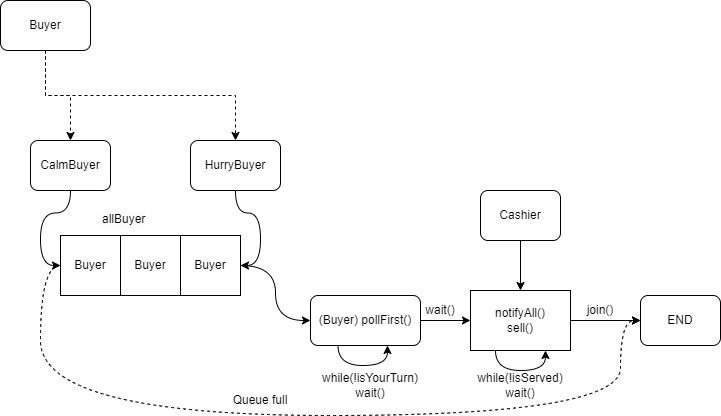
Before: resource/lab3UML.png, a diagram exported from draw.io (dat-2k2/JavaLabs). Source tidied: cells renumbered, new cells last; positions are measured from the earlier drawing's top-left corner, leaving out a move shared by most shapes. Source of this version:
```xml
<mxGraphModel>
  <root>
    <mxCell id="0" />
    <mxCell id="1" parent="0" />
    <mxCell id="2" style="edgeStyle=orthogonalEdgeStyle;rounded=0;jettySize=auto;html=1;exitX=1;exitY=0.5;exitDx=0;exitDy=0;entryX=0;entryY=0.5;entryDx=0;entryDy=0;curved=1;" parent="1" edge="1" source="3" target="5">
      <mxGeometry relative="1" as="geometry" />
    </mxCell>
    <mxCell id="3" style="rounded=0;whiteSpace=wrap;html=1;" parent="1" vertex="1">
      <mxGeometry x="60" y="235" width="180" height="60" as="geometry" />
    </mxCell>
    <mxCell id="4" style="edgeStyle=orthogonalEdgeStyle;rounded=0;jettySize=auto;html=1;exitX=1;exitY=0.5;exitDx=0;exitDy=0;entryX=0;entryY=0.5;entryDx=0;entryDy=0;curved=1;" parent="1" edge="1" source="5" target="14">
      <mxGeometry relative="1" as="geometry" />
    </mxCell>
    <mxCell id="5" value="(Buyer) pollFirst()" style="rounded=1;whiteSpace=wrap;html=1;" parent="1" vertex="1">
      <mxGeometry x="310" y="295" width="110" height="50" as="geometry" />
    </mxCell>
    <mxCell id="6" style="edgeStyle=orthogonalEdgeStyle;rounded=0;jettySize=auto;html=1;exitX=0.5;exitY=1;exitDx=0;exitDy=0;entryX=1;entryY=0.5;entryDx=0;entryDy=0;curved=1;" parent="1" edge="1" source="7" target="3">
      <mxGeometry relative="1" as="geometry" />
    </mxCell>
    <mxCell id="7" value="HurryBuyer" style="rounded=1;whiteSpace=wrap;html=1;" parent="1" vertex="1">
      <mxGeometry x="190" y="140" width="90" height="50" as="geometry" />
    </mxCell>
    <mxCell id="8" style="edgeStyle=orthogonalEdgeStyle;rounded=0;jettySize=auto;html=1;exitX=0.5;exitY=1;exitDx=0;exitDy=0;entryX=0;entryY=0.5;entryDx=0;entryDy=0;curved=1;" parent="1" edge="1" source="9" target="3">
      <mxGeometry relative="1" as="geometry" />
    </mxCell>
    <mxCell id="9" value="CalmBuyer" style="rounded=1;whiteSpace=wrap;html=1;" parent="1" vertex="1">
      <mxGeometry x="30" y="140" width="80" height="50" as="geometry" />
    </mxCell>
    <mxCell id="10" style="edgeStyle=orthogonalEdgeStyle;rounded=0;jettySize=auto;html=1;exitX=0.5;exitY=1;exitDx=0;exitDy=0;entryX=0.5;entryY=0;entryDx=0;entryDy=0;" parent="1" edge="1" source="11" target="14">
      <mxGeometry relative="1" as="geometry" />
    </mxCell>
    <mxCell id="11" value="Cashier" style="rounded=1;whiteSpace=wrap;html=1;" parent="1" vertex="1">
      <mxGeometry x="480" y="190" width="80" height="50" as="geometry" />
    </mxCell>
    <mxCell id="12" value="END" style="rounded=1;whiteSpace=wrap;html=1;" parent="1" vertex="1">
      <mxGeometry x="640" y="295" width="80" height="50" as="geometry" />
    </mxCell>
    <mxCell id="13" style="edgeStyle=orthogonalEdgeStyle;rounded=0;jettySize=auto;html=1;exitX=1;exitY=0.5;exitDx=0;exitDy=0;entryX=0;entryY=0.5;entryDx=0;entryDy=0;curved=1;" parent="1" edge="1" source="14" target="12">
      <mxGeometry relative="1" as="geometry" />
    </mxCell>
    <mxCell id="14" value="notifyAll()&lt;br&gt;sell()" style="rounded=0;whiteSpace=wrap;html=1;" parent="1" vertex="1">
      <mxGeometry x="470" y="290" width="100" height="60" as="geometry" />
    </mxCell>
    <mxCell id="15" style="edgeStyle=orthogonalEdgeStyle;rounded=0;orthogonalLoop=1;jettySize=auto;html=1;exitX=0.25;exitY=1;exitDx=0;exitDy=0;entryX=0.7;entryY=1;entryDx=0;entryDy=0;entryPerimeter=0;curved=1;" parent="1" edge="1" source="5" target="5">
      <mxGeometry relative="1" as="geometry" />
    </mxCell>
    <mxCell id="16" value="while(!isYourTurn)&lt;br&gt;wait()" style="text;html=1;strokeColor=none;fillColor=none;align=center;verticalAlign=middle;whiteSpace=wrap;rounded=0;" parent="1" vertex="1">
      <mxGeometry x="320" y="365" width="100" height="40" as="geometry" />
    </mxCell>
    <mxCell id="17" value="wait()" style="text;html=1;strokeColor=none;fillColor=none;align=center;verticalAlign=middle;whiteSpace=wrap;rounded=0;" parent="1" vertex="1">
      <mxGeometry x="410" y="295" width="60" height="30" as="geometry" />
    </mxCell>
    <mxCell id="18" value="&lt;span style=&quot;color: rgb(0, 0, 0); font-family: Helvetica; font-size: 12px; font-style: normal; font-variant-ligatures: normal; font-variant-caps: normal; font-weight: 400; letter-spacing: normal; orphans: 2; text-align: center; text-indent: 0px; text-transform: none; widows: 2; word-spacing: 0px; -webkit-text-stroke-width: 0px; background-color: rgb(251, 251, 251); text-decoration-thickness: initial; text-decoration-style: initial; text-decoration-color: initial; float: none; display: inline !important;&quot;&gt;allBuyer&lt;/span&gt;" style="text;whiteSpace=wrap;html=1;" parent="1" vertex="1">
      <mxGeometry x="100" y="205" width="150" height="20" as="geometry" />
    </mxCell>
    <mxCell id="19" style="edgeStyle=orthogonalEdgeStyle;rounded=0;jettySize=auto;html=1;exitX=0;exitY=0.5;exitDx=0;exitDy=0;entryX=0;entryY=0.5;entryDx=0;entryDy=0;curved=1;dashed=1;" parent="1" edge="1" source="20" target="12">
      <mxGeometry relative="1" as="geometry">
        <Array as="points">
          <mxPoint x="40" y="265" />
          <mxPoint x="40" y="415" />
          <mxPoint x="620" y="415" />
          <mxPoint x="620" y="320" />
        </Array>
      </mxGeometry>
    </mxCell>
    <mxCell id="20" value="Buyer" style="rounded=0;whiteSpace=wrap;html=1;" parent="1" vertex="1">
      <mxGeometry x="60" y="235" width="60" height="60" as="geometry" />
    </mxCell>
    <mxCell id="21" value="Buyer" style="rounded=0;whiteSpace=wrap;html=1;" parent="1" vertex="1">
      <mxGeometry x="120" y="235" width="60" height="60" as="geometry" />
    </mxCell>
    <mxCell id="22" value="Buyer" style="rounded=0;whiteSpace=wrap;html=1;" parent="1" vertex="1">
      <mxGeometry x="180" y="235" width="60" height="60" as="geometry" />
    </mxCell>
    <mxCell id="23" style="edgeStyle=orthogonalEdgeStyle;rounded=0;jettySize=auto;html=1;exitX=0.5;exitY=1;exitDx=0;exitDy=0;entryX=0.5;entryY=0;entryDx=0;entryDy=0;dashed=1;" parent="1" edge="1" source="25" target="7">
      <mxGeometry relative="1" as="geometry" />
    </mxCell>
    <mxCell id="24" style="edgeStyle=orthogonalEdgeStyle;rounded=0;jettySize=auto;html=1;exitX=0.5;exitY=1;exitDx=0;exitDy=0;entryX=0.5;entryY=0;entryDx=0;entryDy=0;dashed=1;" parent="1" edge="1" source="25" target="9">
      <mxGeometry relative="1" as="geometry" />
    </mxCell>
    <mxCell id="25" value="Buyer" style="rounded=1;whiteSpace=wrap;html=1;" parent="1" vertex="1">
      <mxGeometry width="90" height="50" as="geometry" />
    </mxCell>
    <mxCell id="26" value="Queue full" style="text;html=1;strokeColor=none;fillColor=none;align=center;verticalAlign=middle;whiteSpace=wrap;rounded=0;" parent="1" vertex="1">
      <mxGeometry x="230" y="385" width="60" height="30" as="geometry" />
    </mxCell>
    <mxCell id="27" value="while(!isServed)&lt;br&gt;wait()" style="text;html=1;strokeColor=none;fillColor=none;align=center;verticalAlign=middle;whiteSpace=wrap;rounded=0;" parent="1" vertex="1">
      <mxGeometry x="470" y="365" width="100" height="40" as="geometry" />
    </mxCell>
    <mxCell id="28" style="edgeStyle=orthogonalEdgeStyle;rounded=0;orthogonalLoop=1;jettySize=auto;html=1;exitX=0.25;exitY=1;exitDx=0;exitDy=0;entryX=0.75;entryY=1;entryDx=0;entryDy=0;curved=1;" parent="1" edge="1" source="14" target="14">
      <mxGeometry relative="1" as="geometry" />
    </mxCell>
    <mxCell id="29" value="join()" style="text;html=1;strokeColor=none;fillColor=none;align=center;verticalAlign=middle;whiteSpace=wrap;rounded=0;" parent="1" vertex="1">
      <mxGeometry x="570" y="295" width="60" height="30" as="geometry" />
    </mxCell>
  </root>
</mxGraphModel>
```
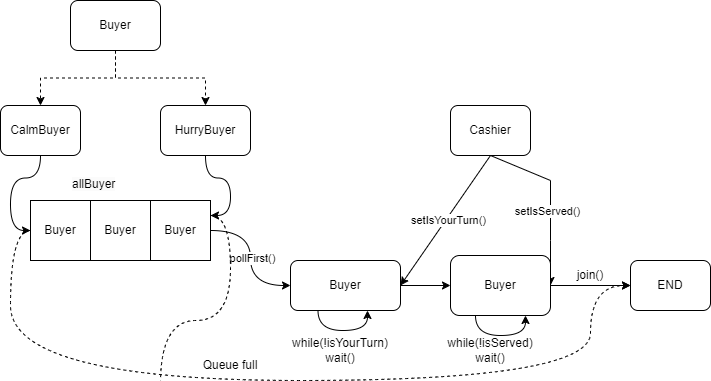
The same file after the commit.

What changed in the source:
```diff
@@ -5,16 +5,19 @@
     <mxCell id="2" style="edgeStyle=orthogonalEdgeStyle;rounded=0;jettySize=auto;html=1;exitX=1;exitY=0.5;exitDx=0;exitDy=0;entryX=0;entryY=0.5;entryDx=0;entryDy=0;curved=1;" parent="1" edge="1" source="3" target="5">
       <mxGeometry relative="1" as="geometry" />
     </mxCell>
+    <mxCell id="30" value="pollFirst()" style="edgeLabel;html=1;align=center;verticalAlign=middle;" parent="2" vertex="1">
+      <mxGeometry x="-0.01" y="1" relative="1" as="geometry" />
+    </mxCell>
     <mxCell id="3" style="rounded=0;whiteSpace=wrap;html=1;" parent="1" vertex="1">
       <mxGeometry x="60" y="235" width="180" height="60" as="geometry" />
     </mxCell>
     <mxCell id="4" style="edgeStyle=orthogonalEdgeStyle;rounded=0;jettySize=auto;html=1;exitX=1;exitY=0.5;exitDx=0;exitDy=0;entryX=0;entryY=0.5;entryDx=0;entryDy=0;curved=1;" parent="1" edge="1" source="5" target="14">
       <mxGeometry relative="1" as="geometry" />
     </mxCell>
-    <mxCell id="5" value="(Buyer) pollFirst()" style="rounded=1;whiteSpace=wrap;html=1;" parent="1" vertex="1">
-      <mxGeometry x="310" y="295" width="110" height="50" as="geometry" />
+    <mxCell id="5" value="Buyer" style="rounded=1;whiteSpace=wrap;html=1;" parent="1" vertex="1">
+      <mxGeometry x="320" y="295" width="110" height="50" as="geometry" />
     </mxCell>
-    <mxCell id="6" style="edgeStyle=orthogonalEdgeStyle;rounded=0;jettySize=auto;html=1;exitX=0.5;exitY=1;exitDx=0;exitDy=0;entryX=1;entryY=0.5;entryDx=0;entryDy=0;curved=1;" parent="1" edge="1" source="7" target="3">
+    <mxCell id="6" style="edgeStyle=orthogonalEdgeStyle;rounded=0;jettySize=auto;html=1;exitX=0.5;exitY=1;exitDx=0;exitDy=0;entryX=1;entryY=0.25;entryDx=0;entryDy=0;curved=1;" parent="1" edge="1" source="7" target="22">
       <mxGeometry relative="1" as="geometry" />
     </mxCell>
     <mxCell id="7" value="HurryBuyer" style="rounded=1;whiteSpace=wrap;html=1;" parent="1" vertex="1">
@@ -26,20 +29,39 @@
     <mxCell id="9" value="CalmBuyer" style="rounded=1;whiteSpace=wrap;html=1;" parent="1" vertex="1">
       <mxGeometry x="30" y="140" width="80" height="50" as="geometry" />
     </mxCell>
+    <mxCell id="31" style="rounded=0;jettySize=auto;html=1;exitX=0.5;exitY=1;exitDx=0;exitDy=0;entryX=1;entryY=0.5;entryDx=0;entryDy=0;" parent="1" edge="1" source="11" target="5">
+      <mxGeometry relative="1" as="geometry" />
+    </mxCell>
+    <mxCell id="32" value="&lt;br&gt;" style="edgeLabel;html=1;align=center;verticalAlign=middle;" parent="31" vertex="1">
+      <mxGeometry x="-0.09" y="5" relative="1" as="geometry" />
+    </mxCell>
+    <mxCell id="33" value="setIsYourTurn()" style="edgeLabel;html=1;align=center;verticalAlign=middle;" parent="31" vertex="1">
+      <mxGeometry x="-0.03" y="2" relative="1" as="geometry" />
+    </mxCell>
-    <mxCell id="10" style="edgeStyle=orthogonalEdgeStyle;rounded=0;jettySize=auto;html=1;exitX=0.5;exitY=1;exitDx=0;exitDy=0;entryX=0.5;entryY=0;entryDx=0;entryDy=0;" parent="1" edge="1" source="11" target="14">
-      <mxGeometry relative="1" as="geometry" />
+    <mxCell id="10" style="rounded=0;jettySize=auto;html=1;exitX=0.5;exitY=1;exitDx=0;exitDy=0;entryX=1;entryY=0.5;entryDx=0;entryDy=0;" parent="1" edge="1" source="11" target="14">
+      <mxGeometry relative="1" as="geometry">
+        <Array as="points">
+          <mxPoint x="580" y="215" />
+          <mxPoint x="580" y="275" />
+        </Array>
+      </mxGeometry>
     </mxCell>
+    <mxCell id="34" value="setIsServed()" style="edgeLabel;html=1;align=center;verticalAlign=middle;" parent="10" vertex="1">
+      <mxGeometry x="0.11" y="-4" relative="1" as="geometry">
+        <mxPoint y="1" as="offset" />
+      </mxGeometry>
+    </mxCell>
     <mxCell id="11" value="Cashier" style="rounded=1;whiteSpace=wrap;html=1;" parent="1" vertex="1">
-      <mxGeometry x="480" y="190" width="80" height="50" as="geometry" />
+      <mxGeometry x="480" y="140" width="80" height="50" as="geometry" />
     </mxCell>
     <mxCell id="12" value="END" style="rounded=1;whiteSpace=wrap;html=1;" parent="1" vertex="1">
-      <mxGeometry x="640" y="295" width="80" height="50" as="geometry" />
+      <mxGeometry x="660" y="295" width="80" height="50" as="geometry" />
     </mxCell>
     <mxCell id="13" style="edgeStyle=orthogonalEdgeStyle;rounded=0;jettySize=auto;html=1;exitX=1;exitY=0.5;exitDx=0;exitDy=0;entryX=0;entryY=0.5;entryDx=0;entryDy=0;curved=1;" parent="1" edge="1" source="14" target="12">
       <mxGeometry relative="1" as="geometry" />
     </mxCell>
-    <mxCell id="14" value="notifyAll()&lt;br&gt;sell()" style="rounded=0;whiteSpace=wrap;html=1;" parent="1" vertex="1">
-      <mxGeometry x="470" y="290" width="100" height="60" as="geometry" />
+    <mxCell id="14" value="Buyer" style="rounded=1;whiteSpace=wrap;html=1;" parent="1" vertex="1">
+      <mxGeometry x="480" y="290" width="100" height="60" as="geometry" />
     </mxCell>
     <mxCell id="15" style="edgeStyle=orthogonalEdgeStyle;rounded=0;orthogonalLoop=1;jettySize=auto;html=1;exitX=0.25;exitY=1;exitDx=0;exitDy=0;entryX=0.7;entryY=1;entryDx=0;entryDy=0;entryPerimeter=0;curved=1;" parent="1" edge="1" source="5" target="5">
       <mxGeometry relative="1" as="geometry" />
@@ -47,9 +69,6 @@
     <mxCell id="16" value="while(!isYourTurn)&lt;br&gt;wait()" style="text;html=1;strokeColor=none;fillColor=none;align=center;verticalAlign=middle;whiteSpace=wrap;rounded=0;" parent="1" vertex="1">
       <mxGeometry x="320" y="365" width="100" height="40" as="geometry" />
     </mxCell>
-    <mxCell id="17" value="wait()" style="text;html=1;strokeColor=none;fillColor=none;align=center;verticalAlign=middle;whiteSpace=wrap;rounded=0;" parent="1" vertex="1">
-      <mxGeometry x="410" y="295" width="60" height="30" as="geometry" />
-    </mxCell>
     <mxCell id="18" value="&lt;span style=&quot;color: rgb(0, 0, 0); font-family: Helvetica; font-size: 12px; font-style: normal; font-variant-ligatures: normal; font-variant-caps: normal; font-weight: 400; letter-spacing: normal; orphans: 2; text-align: center; text-indent: 0px; text-transform: none; widows: 2; word-spacing: 0px; -webkit-text-stroke-width: 0px; background-color: rgb(251, 251, 251); text-decoration-thickness: initial; text-decoration-style: initial; text-decoration-color: initial; float: none; display: inline !important;&quot;&gt;allBuyer&lt;/span&gt;" style="text;whiteSpace=wrap;html=1;" parent="1" vertex="1">
       <mxGeometry x="100" y="205" width="150" height="20" as="geometry" />
     </mxCell>
@@ -69,6 +88,16 @@
     <mxCell id="21" value="Buyer" style="rounded=0;whiteSpace=wrap;html=1;" parent="1" vertex="1">
       <mxGeometry x="120" y="235" width="60" height="60" as="geometry" />
     </mxCell>
+    <mxCell id="35" style="edgeStyle=orthogonalEdgeStyle;rounded=0;jettySize=auto;html=1;exitX=1;exitY=0.25;exitDx=0;exitDy=0;curved=1;dashed=1;endArrow=none;endFill=0;" parent="1" edge="1" source="22">
+      <mxGeometry relative="1" as="geometry">
+        <mxPoint x="190" y="415" as="targetPoint" />
+        <Array as="points">
+          <mxPoint x="260" y="250" />
+          <mxPoint x="260" y="355" />
+          <mxPoint x="191" y="355" />
+        </Array>
+      </mxGeometry>
+    </mxCell>
     <mxCell id="22" value="Buyer" style="rounded=0;whiteSpace=wrap;html=1;" parent="1" vertex="1">
       <mxGeometry x="180" y="235" width="60" height="60" as="geometry" />
     </mxCell>
@@ -79,7 +108,7 @@
       <mxGeometry relative="1" as="geometry" />
     </mxCell>
     <mxCell id="25" value="Buyer" style="rounded=1;whiteSpace=wrap;html=1;" parent="1" vertex="1">
-      <mxGeometry width="90" height="50" as="geometry" />
+      <mxGeometry x="100" y="35" width="90" height="50" as="geometry" />
     </mxCell>
     <mxCell id="26" value="Queue full" style="text;html=1;strokeColor=none;fillColor=none;align=center;verticalAlign=middle;whiteSpace=wrap;rounded=0;" parent="1" vertex="1">
       <mxGeometry x="230" y="385" width="60" height="30" as="geometry" />
@@ -91,7 +120,7 @@
       <mxGeometry relative="1" as="geometry" />
     </mxCell>
     <mxCell id="29" value="join()" style="text;html=1;strokeColor=none;fillColor=none;align=center;verticalAlign=middle;whiteSpace=wrap;rounded=0;" parent="1" vertex="1">
-      <mxGeometry x="570" y="295" width="60" height="30" as="geometry" />
+      <mxGeometry x="590" y="295" width="60" height="30" as="geometry" />
     </mxCell>
   </root>
 </mxGraphModel>
```
